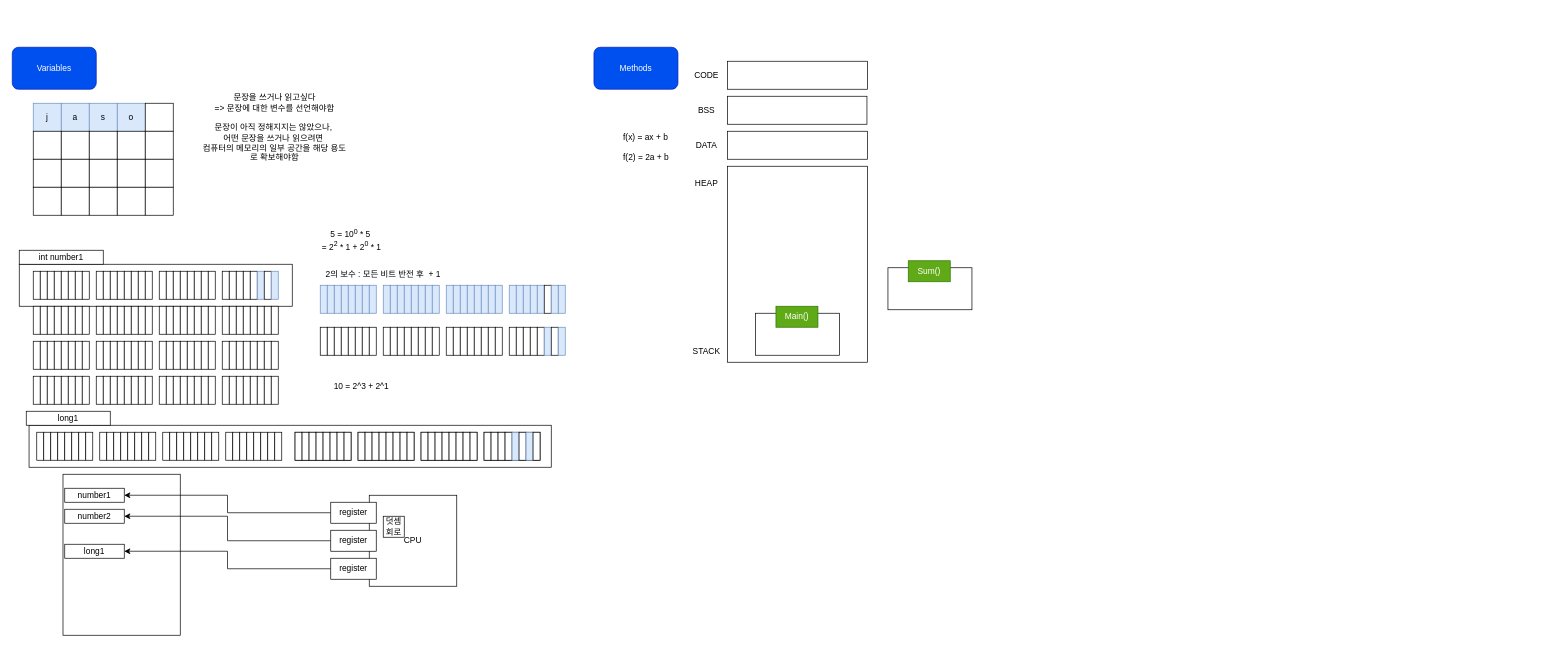
Above: CSharpBasic/CSharpBasic.drawio in luke-youngmin-cho/UnityEngineBasic_9th (draw.io), before the change. Source tidied: cells renumbered, new cells numbered last; positions are measured from the earlier drawing's top-left corner, leaving out a move shared by most shapes. Both pictures are drawn from the tidied source at 70%, with x=0, y=0 at pixel (12, 47).
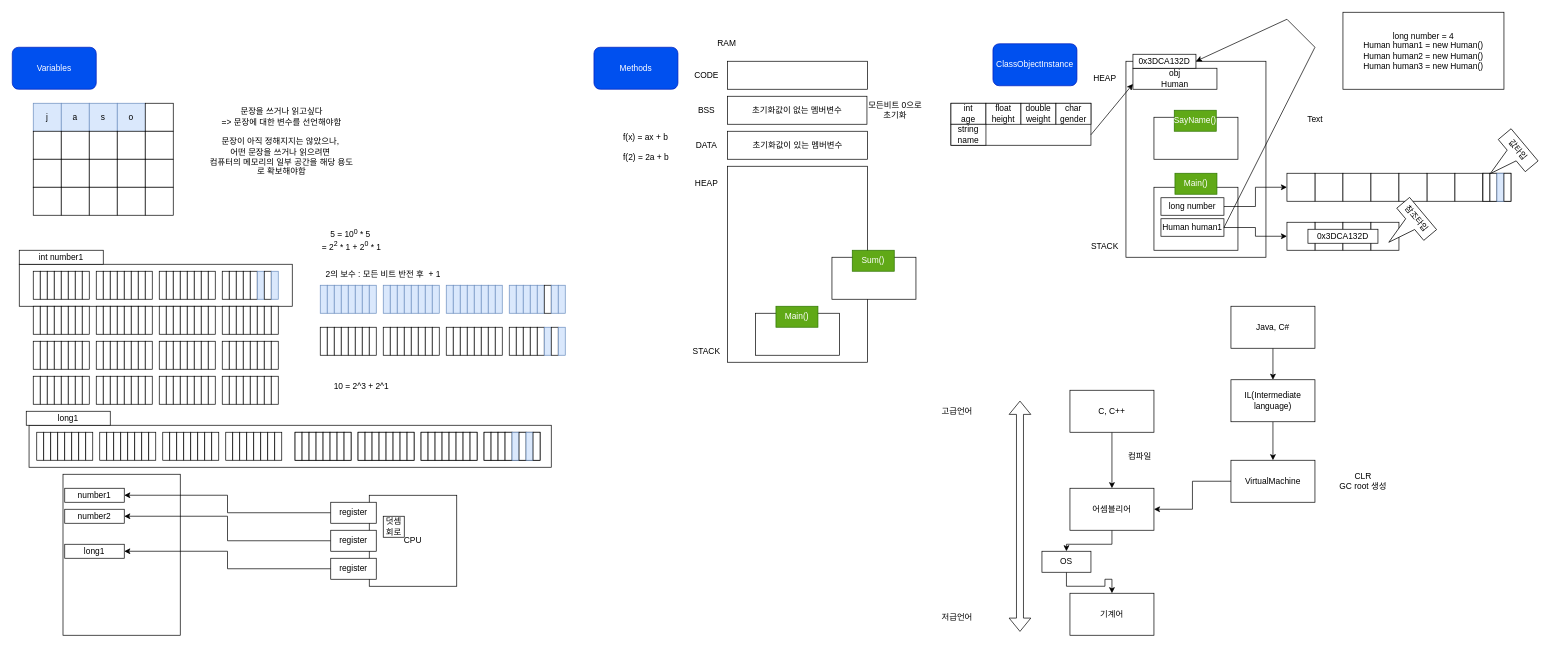
Above is the later version.

Change to the diagram source:
```diff
@@
     <mxCell id="24" value="문장을 쓰거나 읽고싶다&lt;br&gt;=&amp;gt; 문장에 대한 변수를 선언해야함&lt;br&gt;&lt;br&gt;문장이 아직 정해지지는 않았으나,&amp;nbsp;&lt;br&gt;어떤 문장을 쓰거나 읽으려면&amp;nbsp;&lt;br&gt;컴퓨터의 메모리의 일부 공간을 해당 용도로 확보해야함" style="text;html=1;strokeColor=none;fillColor=none;align=center;verticalAlign=middle;whiteSpace=wrap;rounded=0;" parent="1" vertex="1">
-      <mxGeometry x="270" y="50" width="210" height="130" as="geometry" />
+      <mxGeometry x="280" y="70" width="210" height="130" as="geometry" />
     </mxCell>
@@
-    <mxCell id="334" style="rounded=0;whiteSpace=wrap;html=1;" parent="1" vertex="1">
+    <mxCell id="334" value="초기화값이 없는 멤버변수" style="rounded=0;whiteSpace=wrap;html=1;" parent="1" vertex="1">
       <mxGeometry x="1022" y="70" width="199" height="40" as="geometry" />
     </mxCell>
-    <mxCell id="335" style="rounded=0;whiteSpace=wrap;html=1;" parent="1" vertex="1">
+    <mxCell id="335" value="초기화값이 있는 멤버변수" style="rounded=0;whiteSpace=wrap;html=1;" parent="1" vertex="1">
       <mxGeometry x="1022" y="120" width="200" height="40" as="geometry" />
     </mxCell>
@@
     <mxCell id="344" style="rounded=0;whiteSpace=wrap;html=1;" parent="1" vertex="1">
-      <mxGeometry x="1251" y="315" width="120" height="60" as="geometry" />
+      <mxGeometry x="1171" y="300" width="120" height="60" as="geometry" />
     </mxCell>
     <mxCell id="345" value="Sum()" style="text;html=1;strokeColor=#2D7600;fillColor=#60a917;align=center;verticalAlign=middle;whiteSpace=wrap;rounded=0;fontColor=#ffffff;" parent="1" vertex="1">
-      <mxGeometry x="1280" y="305" width="60" height="30" as="geometry" />
+      <mxGeometry x="1200" y="290" width="60" height="30" as="geometry" />
     </mxCell>
+    <mxCell id="346" value="RAM" style="text;html=1;strokeColor=none;fillColor=none;align=center;verticalAlign=middle;whiteSpace=wrap;rounded=0;" parent="1" vertex="1">
+      <mxGeometry x="991" y="-20" width="60" height="30" as="geometry" />
+    </mxCell>
+    <mxCell id="347" style="rounded=0;whiteSpace=wrap;html=1;" parent="1" vertex="1">
+      <mxGeometry x="1591" y="20" width="200" height="280" as="geometry" />
+    </mxCell>
+    <mxCell id="348" value="HEAP" style="text;html=1;strokeColor=none;fillColor=none;align=center;verticalAlign=middle;whiteSpace=wrap;rounded=0;" parent="1" vertex="1">
+      <mxGeometry x="1531" y="30" width="60" height="30" as="geometry" />
+    </mxCell>
+    <mxCell id="349" value="STACK" style="text;html=1;strokeColor=none;fillColor=none;align=center;verticalAlign=middle;whiteSpace=wrap;rounded=0;" parent="1" vertex="1">
+      <mxGeometry x="1531" y="270" width="60" height="30" as="geometry" />
+    </mxCell>
+    <mxCell id="350" style="rounded=0;whiteSpace=wrap;html=1;" parent="1" vertex="1">
+      <mxGeometry x="1631" y="200" width="120" height="90" as="geometry" />
+    </mxCell>
+    <mxCell id="351" value="Main()" style="text;html=1;strokeColor=#2D7600;fillColor=#60a917;align=center;verticalAlign=middle;whiteSpace=wrap;rounded=0;fontColor=#ffffff;" parent="1" vertex="1">
+      <mxGeometry x="1661" y="180" width="60" height="30" as="geometry" />
+    </mxCell>
+    <mxCell id="352" value="ClassObjectInstance" style="rounded=1;whiteSpace=wrap;html=1;fillColor=#0050ef;fontColor=#ffffff;strokeColor=#001DBC;" parent="1" vertex="1">
+      <mxGeometry x="1401" y="-5" width="120" height="60" as="geometry" />
+    </mxCell>
+    <mxCell id="353" style="edgeStyle=orthogonalEdgeStyle;rounded=0;jettySize=auto;html=1;entryX=0;entryY=0.5;entryDx=0;entryDy=0;" parent="1" edge="1" source="354" target="371">
+      <mxGeometry relative="1" as="geometry" />
+    </mxCell>
+    <mxCell id="354" value="long number" style="rounded=0;whiteSpace=wrap;html=1;" parent="1" vertex="1">
+      <mxGeometry x="1641" y="215" width="90" height="25" as="geometry" />
+    </mxCell>
+    <mxCell id="355" style="edgeStyle=orthogonalEdgeStyle;rounded=0;jettySize=auto;html=1;entryX=0;entryY=0.5;entryDx=0;entryDy=0;" parent="1" edge="1" source="356" target="379">
+      <mxGeometry relative="1" as="geometry" />
+    </mxCell>
+    <mxCell id="356" value="Human human1" style="rounded=0;whiteSpace=wrap;html=1;" parent="1" vertex="1">
+      <mxGeometry x="1641" y="245" width="90" height="25" as="geometry" />
+    </mxCell>
+    <mxCell id="357" value="long number = 4&lt;br&gt;Human human1 = new Human()&lt;br&gt;Human human2 = new Human()&lt;br&gt;Human human3 = new Human()" style="rounded=0;whiteSpace=wrap;html=1;" parent="1" vertex="1">
+      <mxGeometry x="1901" y="-50" width="230" height="110" as="geometry" />
+    </mxCell>
+    <mxCell id="358" value="obj&lt;br&gt;Human" style="rounded=0;whiteSpace=wrap;html=1;" parent="1" vertex="1">
+      <mxGeometry x="1601" y="30" width="120" height="30" as="geometry" />
+    </mxCell>
+    <mxCell id="359" style="rounded=0;whiteSpace=wrap;html=1;" parent="1" vertex="1">
+      <mxGeometry x="1341" y="80" width="200" height="60" as="geometry" />
+    </mxCell>
+    <mxCell id="360" value="int &lt;br&gt;age" style="rounded=0;whiteSpace=wrap;html=1;" parent="1" vertex="1">
+      <mxGeometry x="1341" y="80" width="50" height="30" as="geometry" />
+    </mxCell>
+    <mxCell id="361" value="float &lt;br&gt;height" style="rounded=0;whiteSpace=wrap;html=1;" parent="1" vertex="1">
+      <mxGeometry x="1391" y="80" width="50" height="30" as="geometry" />
+    </mxCell>
+    <mxCell id="362" value="double&lt;br&gt;weight" style="rounded=0;whiteSpace=wrap;html=1;" parent="1" vertex="1">
+      <mxGeometry x="1441" y="80" width="50" height="30" as="geometry" />
+    </mxCell>
+    <mxCell id="363" value="char&lt;br&gt;gender" style="rounded=0;whiteSpace=wrap;html=1;" parent="1" vertex="1">
+      <mxGeometry x="1491" y="80" width="50" height="30" as="geometry" />
+    </mxCell>
+    <mxCell id="364" value="string&lt;br&gt;name" style="rounded=0;whiteSpace=wrap;html=1;" parent="1" vertex="1">
+      <mxGeometry x="1341" y="110" width="50" height="30" as="geometry" />
+    </mxCell>
+    <mxCell id="365" style="endArrow=classic;html=1;rounded=0;exitX=1;exitY=0.75;exitDx=0;exitDy=0;entryX=0;entryY=0.75;entryDx=0;entryDy=0;" parent="1" edge="1" source="359" target="358">
+      <mxGeometry relative="1" as="geometry" />
+    </mxCell>
+    <mxCell id="366" value="0x3DCA132D" style="rounded=0;whiteSpace=wrap;html=1;" parent="1" vertex="1">
+      <mxGeometry x="1601" y="10" width="90" height="20" as="geometry" />
+    </mxCell>
+    <mxCell id="367" style="endArrow=classic;html=1;rounded=0;exitX=1;exitY=0.5;exitDx=0;exitDy=0;entryX=1;entryY=0.5;entryDx=0;entryDy=0;" parent="1" edge="1" source="356" target="366">
+      <mxGeometry relative="1" as="geometry">
+        <Array as="points">
+          <mxPoint x="1861" />
+          <mxPoint x="1821" y="-40" />
+        </Array>
+      </mxGeometry>
+    </mxCell>
+    <mxCell id="368" style="rounded=0;whiteSpace=wrap;html=1;" parent="1" vertex="1">
+      <mxGeometry x="1861" y="180" width="40" height="40" as="geometry" />
+    </mxCell>
+    <mxCell id="369" style="rounded=0;whiteSpace=wrap;html=1;" parent="1" vertex="1">
+      <mxGeometry x="1901" y="180" width="40" height="40" as="geometry" />
+    </mxCell>
+    <mxCell id="370" style="rounded=0;whiteSpace=wrap;html=1;" parent="1" vertex="1">
+      <mxGeometry x="1941" y="180" width="40" height="40" as="geometry" />
+    </mxCell>
+    <mxCell id="371" style="rounded=0;whiteSpace=wrap;html=1;" parent="1" vertex="1">
+      <mxGeometry x="1821" y="180" width="40" height="40" as="geometry" />
+    </mxCell>
+    <mxCell id="372" style="rounded=0;whiteSpace=wrap;html=1;" parent="1" vertex="1">
+      <mxGeometry x="2021" y="180" width="40" height="40" as="geometry" />
+    </mxCell>
+    <mxCell id="373" style="rounded=0;whiteSpace=wrap;html=1;" parent="1" vertex="1">
+      <mxGeometry x="2061" y="180" width="40" height="40" as="geometry" />
+    </mxCell>
+    <mxCell id="374" style="rounded=0;whiteSpace=wrap;html=1;" parent="1" vertex="1">
+      <mxGeometry x="2101" y="180" width="40" height="40" as="geometry" />
+    </mxCell>
+    <mxCell id="375" style="rounded=0;whiteSpace=wrap;html=1;" parent="1" vertex="1">
+      <mxGeometry x="1981" y="180" width="40" height="40" as="geometry" />
+    </mxCell>
+    <mxCell id="376" style="rounded=0;whiteSpace=wrap;html=1;" parent="1" vertex="1">
+      <mxGeometry x="1861" y="250" width="40" height="40" as="geometry" />
+    </mxCell>
+    <mxCell id="377" style="rounded=0;whiteSpace=wrap;html=1;" parent="1" vertex="1">
+      <mxGeometry x="1901" y="250" width="40" height="40" as="geometry" />
+    </mxCell>
+    <mxCell id="378" style="rounded=0;whiteSpace=wrap;html=1;" parent="1" vertex="1">
+      <mxGeometry x="1941" y="250" width="40" height="40" as="geometry" />
+    </mxCell>
+    <mxCell id="379" style="rounded=0;whiteSpace=wrap;html=1;" parent="1" vertex="1">
+      <mxGeometry x="1821" y="250" width="40" height="40" as="geometry" />
+    </mxCell>
+    <mxCell id="380" style="rounded=0;whiteSpace=wrap;html=1;" parent="1" vertex="1">
+      <mxGeometry x="2101" y="180" width="10" height="40" as="geometry" />
+    </mxCell>
+    <mxCell id="381" style="rounded=0;whiteSpace=wrap;html=1;" parent="1" vertex="1">
+      <mxGeometry x="2111" y="180" width="10" height="40" as="geometry" />
+    </mxCell>
+    <mxCell id="382" style="rounded=0;whiteSpace=wrap;html=1;fillColor=#dae8fc;strokeColor=#6c8ebf;" parent="1" vertex="1">
+      <mxGeometry x="2121" y="180" width="10" height="40" as="geometry" />
+    </mxCell>
+    <mxCell id="383" style="rounded=0;whiteSpace=wrap;html=1;" parent="1" vertex="1">
+      <mxGeometry x="2131" y="180" width="10" height="40" as="geometry" />
+    </mxCell>
+    <mxCell id="384" value="0x3DCA132D" style="rounded=0;whiteSpace=wrap;html=1;" parent="1" vertex="1">
+      <mxGeometry x="1851" y="260" width="100" height="20" as="geometry" />
+    </mxCell>
+    <mxCell id="385" value="참조타입" style="shape=callout;whiteSpace=wrap;html=1;perimeter=calloutPerimeter;size=40;position=0.33;rotation=50;" parent="1" vertex="1">
+      <mxGeometry x="1961" y="226.1" width="60" height="63.9" as="geometry" />
+    </mxCell>
+    <mxCell id="386" value="값타입" style="shape=callout;whiteSpace=wrap;html=1;perimeter=calloutPerimeter;size=40;position=0.33;rotation=50;" parent="1" vertex="1">
+      <mxGeometry x="2106" y="128" width="60" height="63.9" as="geometry" />
+    </mxCell>
+    <mxCell id="387" value="기계어" style="rounded=0;whiteSpace=wrap;html=1;" parent="1" vertex="1">
+      <mxGeometry x="1511" y="780" width="120" height="60" as="geometry" />
+    </mxCell>
+    <mxCell id="388" style="edgeStyle=orthogonalEdgeStyle;rounded=0;jettySize=auto;html=1;" parent="1" edge="1" source="389" target="391">
+      <mxGeometry relative="1" as="geometry" />
+    </mxCell>
+    <mxCell id="389" value="어셈블리어" style="rounded=0;whiteSpace=wrap;html=1;" parent="1" vertex="1">
+      <mxGeometry x="1511" y="630" width="120" height="60" as="geometry" />
+    </mxCell>
+    <mxCell id="390" style="edgeStyle=orthogonalEdgeStyle;rounded=0;jettySize=auto;html=1;" parent="1" edge="1" source="391" target="387">
+      <mxGeometry relative="1" as="geometry" />
+    </mxCell>
+    <mxCell id="391" value="OS" style="rounded=0;whiteSpace=wrap;html=1;" parent="1" vertex="1">
+      <mxGeometry x="1471" y="720" width="70" height="30" as="geometry" />
+    </mxCell>
+    <mxCell id="392" style="edgeStyle=orthogonalEdgeStyle;rounded=0;jettySize=auto;html=1;entryX=0.5;entryY=0;entryDx=0;entryDy=0;" parent="1" edge="1" source="393" target="389">
+      <mxGeometry relative="1" as="geometry" />
+    </mxCell>
+    <mxCell id="393" value="C, C++" style="rounded=0;whiteSpace=wrap;html=1;" parent="1" vertex="1">
+      <mxGeometry x="1511" y="490" width="120" height="60" as="geometry" />
+    </mxCell>
+    <mxCell id="394" value="컴파일" style="text;html=1;strokeColor=none;fillColor=none;align=center;verticalAlign=middle;whiteSpace=wrap;rounded=0;" parent="1" vertex="1">
+      <mxGeometry x="1581" y="570" width="60" height="30" as="geometry" />
+    </mxCell>
+    <mxCell id="395" style="shape=flexArrow;endArrow=classic;startArrow=classic;html=1;rounded=0;" parent="1" edge="1">
+      <mxGeometry relative="1" as="geometry">
+        <mxPoint x="1439.6" y="835" as="sourcePoint" />
+        <mxPoint x="1439.6" y="505" as="targetPoint" />
+      </mxGeometry>
+    </mxCell>
+    <mxCell id="396" value="저급언어" style="text;html=1;strokeColor=none;fillColor=none;align=center;verticalAlign=middle;whiteSpace=wrap;rounded=0;" parent="1" vertex="1">
+      <mxGeometry x="1319.6" y="800" width="60" height="30" as="geometry" />
+    </mxCell>
+    <mxCell id="397" value="고급언어" style="text;html=1;strokeColor=none;fillColor=none;align=center;verticalAlign=middle;whiteSpace=wrap;rounded=0;" parent="1" vertex="1">
+      <mxGeometry x="1319.6" y="505" width="60" height="30" as="geometry" />
+    </mxCell>
+    <mxCell id="398" style="edgeStyle=orthogonalEdgeStyle;rounded=0;jettySize=auto;html=1;entryX=0.5;entryY=0;entryDx=0;entryDy=0;" parent="1" edge="1" source="399" target="403">
+      <mxGeometry relative="1" as="geometry" />
+    </mxCell>
+    <mxCell id="399" value="Java, C#" style="rounded=0;whiteSpace=wrap;html=1;" parent="1" vertex="1">
+      <mxGeometry x="1741" y="370" width="120" height="60" as="geometry" />
+    </mxCell>
+    <mxCell id="400" style="edgeStyle=orthogonalEdgeStyle;rounded=0;jettySize=auto;html=1;entryX=1;entryY=0.5;entryDx=0;entryDy=0;" parent="1" edge="1" source="401" target="389">
+      <mxGeometry relative="1" as="geometry" />
+    </mxCell>
+    <mxCell id="401" value="VirtualMachine" style="rounded=0;whiteSpace=wrap;html=1;" parent="1" vertex="1">
+      <mxGeometry x="1741" y="590" width="120" height="60" as="geometry" />
+    </mxCell>
+    <mxCell id="402" style="edgeStyle=orthogonalEdgeStyle;rounded=0;jettySize=auto;html=1;" parent="1" edge="1" source="403" target="401">
+      <mxGeometry relative="1" as="geometry" />
+    </mxCell>
+    <mxCell id="403" value="IL(Intermediate language)" style="rounded=0;whiteSpace=wrap;html=1;" parent="1" vertex="1">
+      <mxGeometry x="1741" y="475" width="120" height="60" as="geometry" />
+    </mxCell>
+    <mxCell id="404" value="CLR&lt;br&gt;GC root 생성" style="text;html=1;strokeColor=none;fillColor=none;align=center;verticalAlign=middle;whiteSpace=wrap;rounded=0;" parent="1" vertex="1">
+      <mxGeometry x="1879" y="600" width="102" height="40" as="geometry" />
+    </mxCell>
+    <mxCell id="405" value="모든비트 0으로 초기화" style="text;html=1;strokeColor=none;fillColor=none;align=center;verticalAlign=middle;whiteSpace=wrap;rounded=0;" parent="1" vertex="1">
+      <mxGeometry x="1222" y="75" width="79" height="30" as="geometry" />
+    </mxCell>
+    <mxCell id="406" style="rounded=0;whiteSpace=wrap;html=1;" parent="1" vertex="1">
+      <mxGeometry x="1631" y="100" width="120" height="60" as="geometry" />
+    </mxCell>
+    <mxCell id="407" value="SayName()" style="text;html=1;strokeColor=#2D7600;fillColor=#60a917;align=center;verticalAlign=middle;whiteSpace=wrap;rounded=0;fontColor=#ffffff;" parent="1" vertex="1">
+      <mxGeometry x="1660" y="90" width="60" height="30" as="geometry" />
+    </mxCell>
+    <mxCell id="408" value="Text" style="text;html=1;align=center;verticalAlign=middle;strokeColor=none;fillColor=none;" parent="1" vertex="1">
+      <mxGeometry x="1836" y="88" width="50" height="30" as="geometry" />
+    </mxCell>
```
